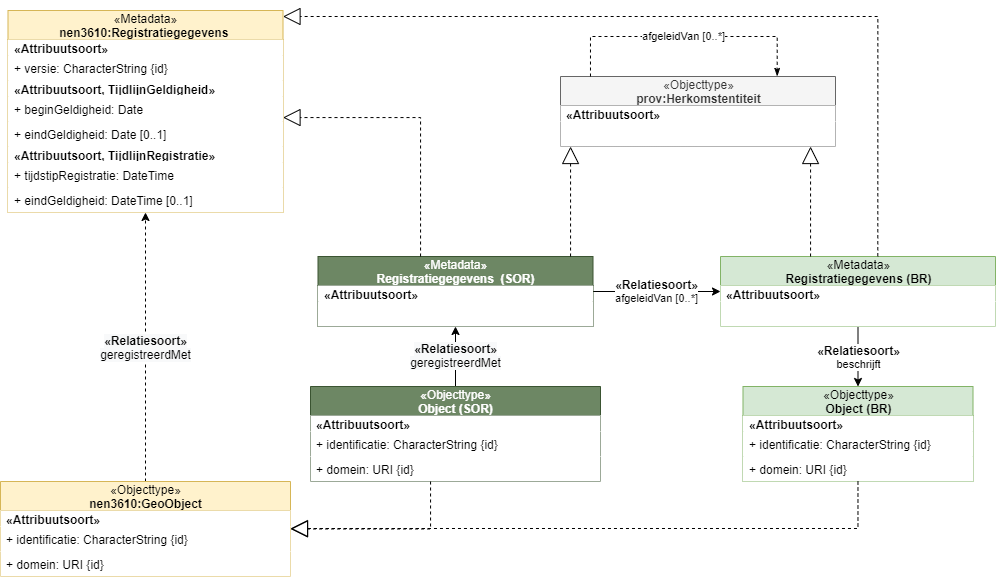
This is media/metadata-herkomst-afleiding.drawio.png from Geonovum/disgeo-demo-3a, a draw.io export, as it was before one commit. Source tidied: cells renumbered, new cells last; positions are measured from the earlier drawing's top-left corner, leaving out a move shared by most shapes.
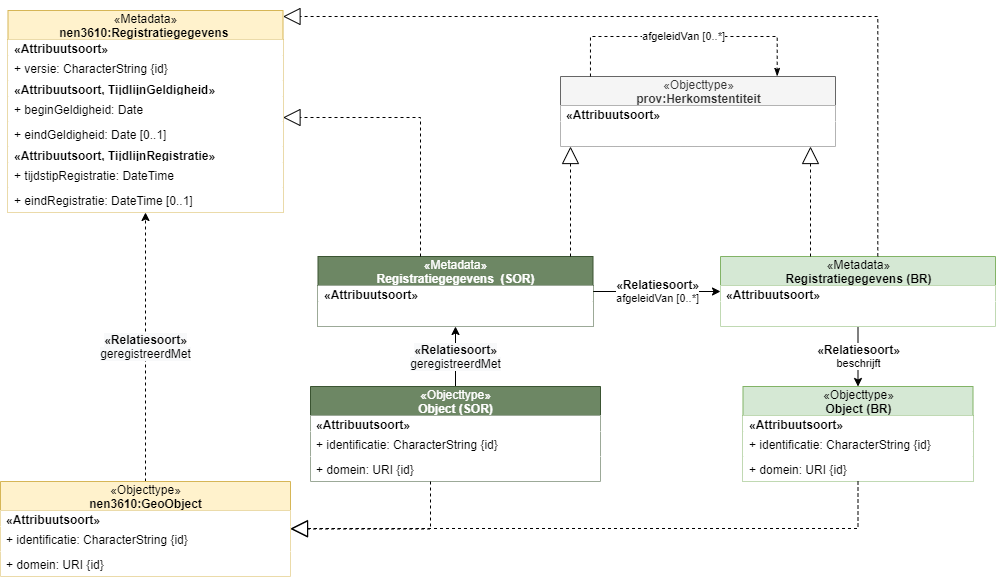
The same diagram one commit later.

The edit, as a diff of the source:
```diff
@@ -124,7 +124,7 @@
     <mxCell id="37" value="+ tijdstipRegistratie: DateTime" style="text;html=1;align=left;verticalAlign=middle;spacingLeft=4;spacingRight=4;overflow=hidden;fillColor=#ffffff;" parent="30" vertex="1">
       <mxGeometry y="152" width="275" height="25" as="geometry" />
     </mxCell>
-    <mxCell id="38" value="+ eindGeldigheid: DateTime [0..1]" style="text;html=1;align=left;verticalAlign=middle;spacingLeft=4;spacingRight=4;overflow=hidden;fillColor=#ffffff;" parent="30" vertex="1">
+    <mxCell id="38" value="+ eindRegistratie: DateTime [0..1]" style="text;html=1;align=left;verticalAlign=middle;spacingLeft=4;spacingRight=4;overflow=hidden;fillColor=#ffffff;" parent="30" vertex="1">
       <mxGeometry y="177" width="275" height="25" as="geometry" />
     </mxCell>
     <mxCell id="39" style="edgeStyle=orthogonalEdgeStyle;rounded=0;jettySize=auto;html=1;endArrow=block;endFill=0;endSize=15;dashed=1;exitX=0.572;exitY=-0.003;exitDx=0;exitDy=0;exitPerimeter=0;" parent="1" edge="1" source="12" target="30">
```
